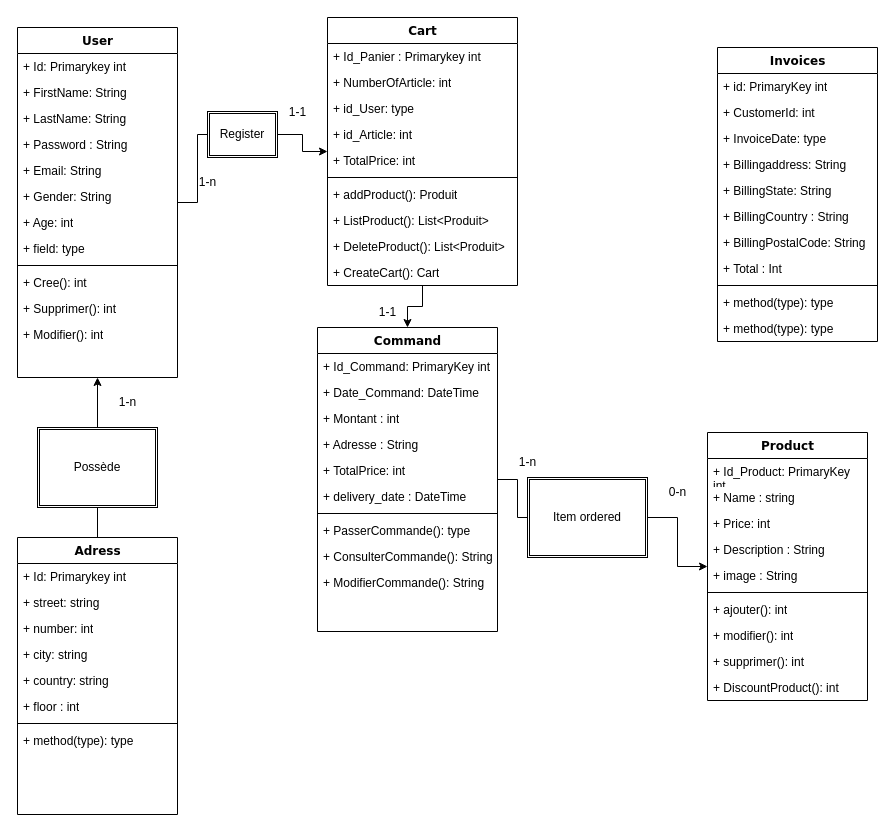
Above: Test2.drawio in aless124/e-commerce-SQL (draw.io), before the change. Source tidied: cells renumbered, new cells numbered last; positions are measured from the earlier drawing's top-left corner, leaving out a move shared by most shapes. Both pictures are drawn from the tidied source at 100%, with x=0, y=0 at pixel (17, 17).
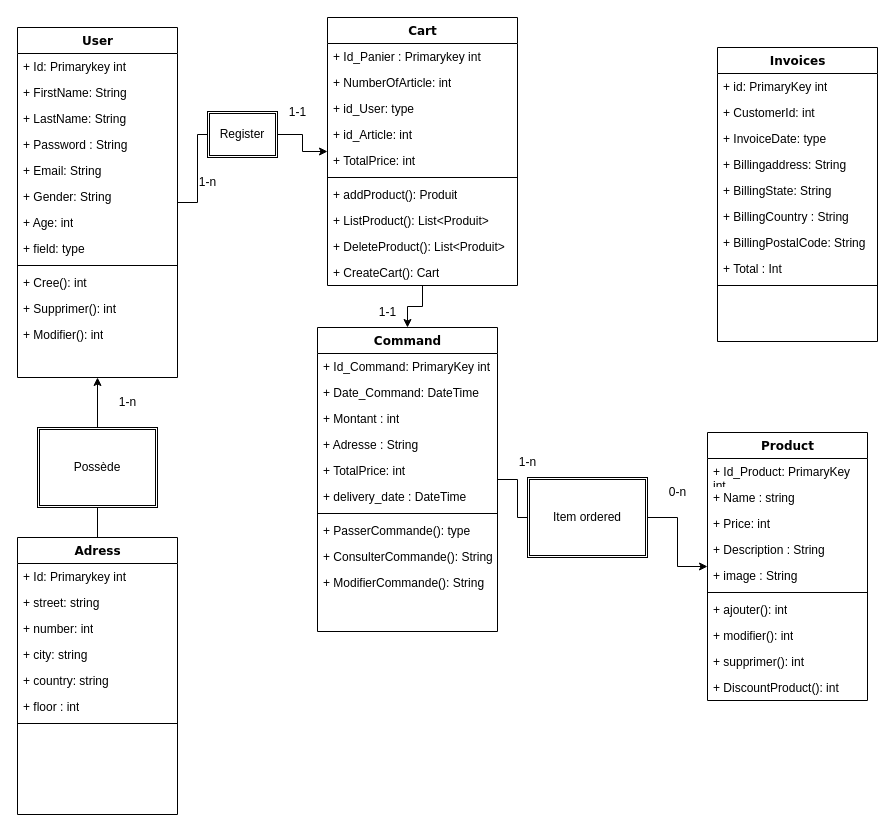
Above is the later version.

Commit message:
Mettre à jour Test2.drawio

Unchanged cells that the change refers to:
```xml
<mxCell id="16" value="Adress" style="swimlane;html=1;fontStyle=1;align=center;verticalAlign=top;horizontal=1;startSize=26;swimlaneFillColor=#ffffff;rounded=0;shadow=0;comic=0;labelBackgroundColor=none;strokeWidth=1;fillColor=none;fontFamily=Verdana;fontSize=12;" parent="1" vertex="1">
  <mxGeometry y="520" width="160" height="277" as="geometry" />
</mxCell>
<mxCell id="61" value="Invoices" style="swimlane;html=1;fontStyle=1;align=center;verticalAlign=top;horizontal=1;startSize=26;swimlaneFillColor=#ffffff;rounded=0;shadow=0;comic=0;labelBackgroundColor=none;strokeWidth=1;fillColor=none;fontFamily=Verdana;fontSize=12;" parent="1" vertex="1">
  <mxGeometry x="700" y="30" width="160" height="294" as="geometry" />
</mxCell>
```

The edit, as a diff of the source:
```diff
@@
-    <mxCell id="24" value="+ method(type): type" style="text;html=1;strokeColor=none;fillColor=none;align=left;verticalAlign=top;spacingLeft=4;spacingRight=4;whiteSpace=wrap;overflow=hidden;" parent="16" vertex="1">
-      <mxGeometry y="190" width="160" height="26" as="geometry" />
-    </mxCell>
@@
-    <mxCell id="71" value="+ method(type): type" style="text;html=1;strokeColor=none;fillColor=none;align=left;verticalAlign=top;spacingLeft=4;spacingRight=4;whiteSpace=wrap;overflow=hidden;" parent="61" vertex="1">
-      <mxGeometry y="242" width="160" height="26" as="geometry" />
-    </mxCell>
-    <mxCell id="72" value="+ method(type): type" style="text;html=1;strokeColor=none;fillColor=none;align=left;verticalAlign=top;spacingLeft=4;spacingRight=4;whiteSpace=wrap;overflow=hidden;" parent="61" vertex="1">
-      <mxGeometry y="268" width="160" height="26" as="geometry" />
-    </mxCell>
```
